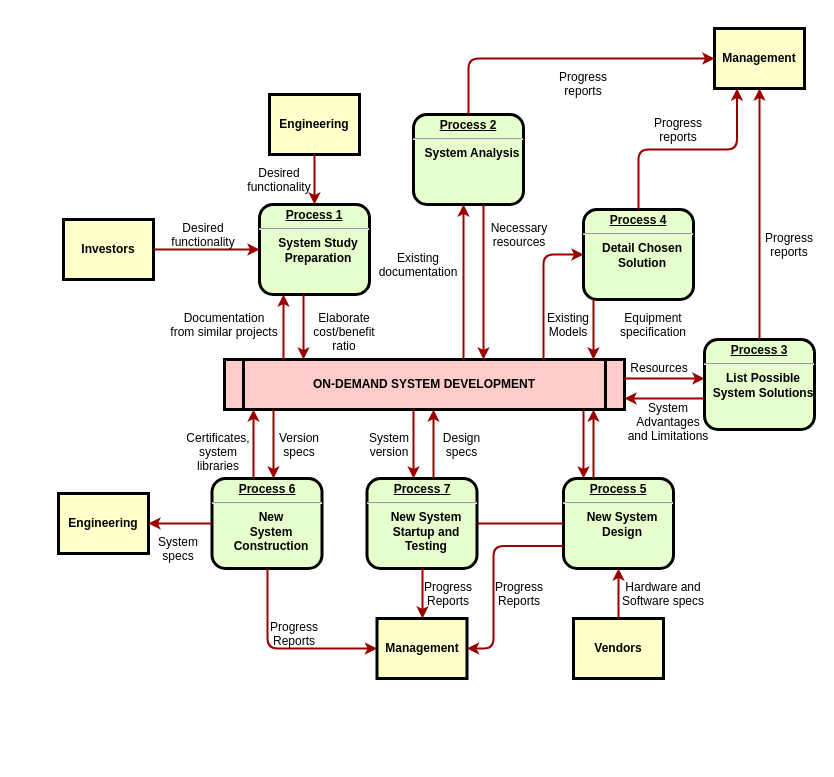
kartwu/ESP32-wqj keeps this draw.io diagram as Untitled Diagram.drawio. Above is the earlier version. Source tidied: cells renumbered, new cells numbered last; positions are measured from the earlier drawing's top-left corner, leaving out a move shared by most shapes. Both pictures are drawn from the tidied source at 100%, with x=0, y=0 at pixel (58, 28).
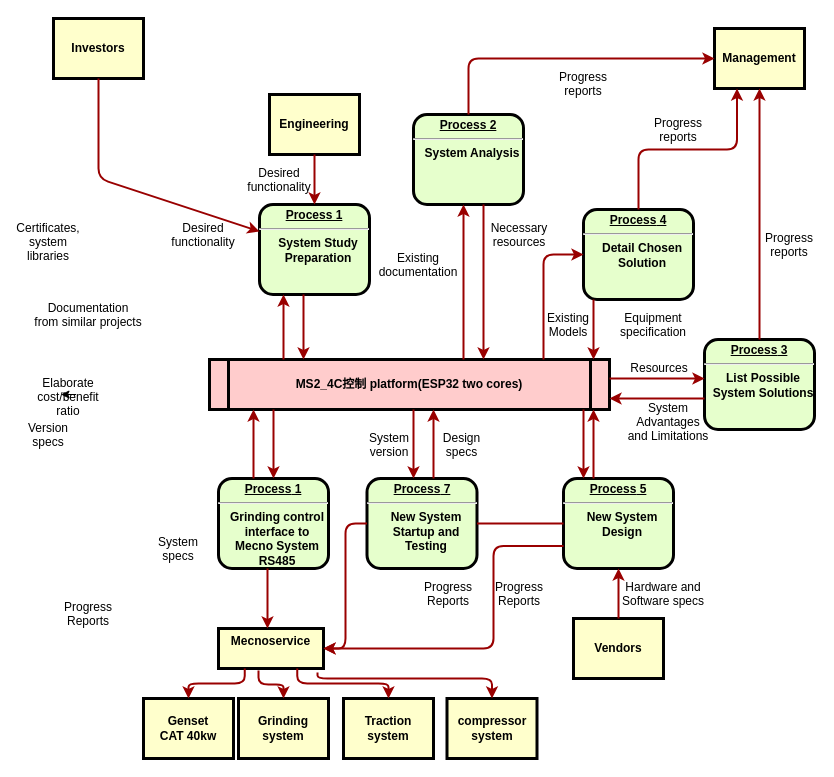
The same page after the edit.

The change refers to these unchanged cells:
```xml
<mxCell id="2" value="&lt;p style=&quot;margin: 0px; margin-top: 4px; text-align: center; text-decoration: underline;&quot;&gt;&lt;strong&gt;Process 1&lt;br /&gt;&lt;/strong&gt;&lt;/p&gt;&lt;hr /&gt;&lt;p style=&quot;margin: 0px; margin-left: 8px;&quot;&gt;System Study&lt;/p&gt;&lt;p style=&quot;margin: 0px; margin-left: 8px;&quot;&gt;Preparation&lt;/p&gt;" style="verticalAlign=middle;align=center;overflow=fill;fontSize=12;fontFamily=Helvetica;html=1;rounded=1;fontStyle=1;strokeWidth=3;fillColor=#E6FFCC;" parent="1" vertex="1">
  <mxGeometry x="201" y="176" width="110" height="90" as="geometry" />
</mxCell>
```

What changed in the source:
```diff
@@
     <mxCell id="4" value="Investors" style="whiteSpace=wrap;align=center;verticalAlign=middle;fontStyle=1;strokeWidth=3;fillColor=#FFFFCC;" parent="1" vertex="1">
-      <mxGeometry x="5" y="191" width="90" height="60" as="geometry" />
+      <mxGeometry x="-5" y="-10" width="90" height="60" as="geometry" />
     </mxCell>
-    <mxCell id="5" value="ON-DEMAND SYSTEM DEVELOPMENT" style="shape=process;whiteSpace=wrap;align=center;verticalAlign=middle;size=0.0475;fontStyle=1;strokeWidth=3;fillColor=#FFCCCC;" parent="1" vertex="1">
-      <mxGeometry x="166" y="331" width="400" height="50" as="geometry" />
+    <mxCell id="5" value="MS2_4C控制 platform(ESP32 two cores)" style="shape=process;whiteSpace=wrap;align=center;verticalAlign=middle;size=0.0475;fontStyle=1;strokeWidth=3;fillColor=#FFCCCC;" parent="1" vertex="1">
+      <mxGeometry x="151" y="331" width="400" height="50" as="geometry" />
     </mxCell>
@@
-    <mxCell id="10" value="&lt;p style=&quot;margin: 0px; margin-top: 4px; text-align: center; text-decoration: underline;&quot;&gt;&lt;strong&gt;&lt;strong&gt;Process&lt;/strong&gt; 6&lt;br /&gt;&lt;/strong&gt;&lt;/p&gt;&lt;hr /&gt;&lt;p style=&quot;margin: 0px; margin-left: 8px;&quot;&gt;New&lt;/p&gt;&lt;p style=&quot;margin: 0px; margin-left: 8px;&quot;&gt;System&lt;/p&gt;&lt;p style=&quot;margin: 0px; margin-left: 8px;&quot;&gt;Construction&lt;/p&gt;" style="verticalAlign=middle;align=center;overflow=fill;fontSize=12;fontFamily=Helvetica;html=1;rounded=1;fontStyle=1;strokeWidth=3;fillColor=#E6FFCC;" parent="1" vertex="1">
-      <mxGeometry x="153.5" y="450" width="110" height="90" as="geometry" />
+    <mxCell id="10" value="&lt;p style=&quot;margin: 0px ; margin-top: 4px ; text-align: center ; text-decoration: underline&quot;&gt;&lt;strong&gt;&lt;strong&gt;Process&lt;/strong&gt;&amp;nbsp;1&lt;br&gt;&lt;/strong&gt;&lt;/p&gt;&lt;hr&gt;&lt;p style=&quot;margin: 0px ; margin-left: 8px&quot;&gt;Grinding&amp;nbsp;&lt;span&gt;control&lt;/span&gt;&lt;/p&gt;&lt;p style=&quot;margin: 0px ; margin-left: 8px&quot;&gt;&lt;span&gt;interface to&lt;/span&gt;&lt;/p&gt;&lt;p style=&quot;margin: 0px ; margin-left: 8px&quot;&gt;&lt;span&gt;Mecno&amp;nbsp;&lt;/span&gt;&lt;span&gt;System&lt;/span&gt;&lt;/p&gt;&lt;p style=&quot;margin: 0px ; margin-left: 8px&quot;&gt;RS485&lt;/p&gt;" style="verticalAlign=middle;align=center;overflow=fill;fontSize=12;fontFamily=Helvetica;html=1;rounded=1;fontStyle=1;strokeWidth=3;fillColor=#E6FFCC;" parent="1" vertex="1">
+      <mxGeometry x="160" y="450" width="110" height="90" as="geometry" />
     </mxCell>
@@
-    <mxCell id="12" value="Management" style="whiteSpace=wrap;align=center;verticalAlign=middle;fontStyle=1;strokeWidth=3;fillColor=#FFFFCC;" parent="1" vertex="1">
-      <mxGeometry x="318.5" y="590" width="90" height="60" as="geometry" />
+    <mxCell id="12" value="Mecnoservice&#10;" style="whiteSpace=wrap;align=center;verticalAlign=middle;fontStyle=1;strokeWidth=3;fillColor=#FFFFCC;" parent="1" vertex="1">
+      <mxGeometry x="160" y="600" width="105" height="40" as="geometry" />
     </mxCell>
-    <mxCell id="13" value="Engineering" style="whiteSpace=wrap;align=center;verticalAlign=middle;fontStyle=1;strokeWidth=3;fillColor=#FFFFCC;" parent="1" vertex="1">
-      <mxGeometry y="465" width="90" height="60" as="geometry" />
+    <mxCell id="13" value="Genset&#10;CAT 40kw" style="whiteSpace=wrap;align=center;verticalAlign=middle;fontStyle=1;strokeWidth=3;fillColor=#FFFFCC;" parent="1" vertex="1">
+      <mxGeometry x="85" y="670" width="90" height="60" as="geometry" />
     </mxCell>
@@
     <mxCell id="16" style="edgeStyle=none;noEdgeStyle=1;strokeColor=#990000;strokeWidth=2;" parent="1" edge="1" source="4" target="2">
-      <mxGeometry relative="1" as="geometry" />
+      <mxGeometry relative="1" as="geometry">
+        <Array as="points">
+          <mxPoint x="40" y="150" />
+        </Array>
+      </mxGeometry>
     </mxCell>
@@
     <mxCell id="21" value="Documentation&#10;from similar projects" style="text;spacingTop=-5;align=center;" parent="1" vertex="1">
-      <mxGeometry x="151" y="281" width="30" height="20" as="geometry" />
+      <mxGeometry x="15" y="271" width="30" height="20" as="geometry" />
     </mxCell>
@@
     <mxCell id="24" value="Elaborate&#10;cost/benefit&#10;ratio" style="text;spacingTop=-5;align=center;" parent="1" vertex="1">
-      <mxGeometry x="271" y="281" width="30" height="20" as="geometry" />
+      <mxGeometry x="-5" y="346" width="30" height="20" as="geometry" />
     </mxCell>
@@
     <mxCell id="52" value="Progress&#10;Reports" style="text;spacingTop=-5;align=center;" parent="1" vertex="1">
-      <mxGeometry x="221" y="590" width="30" height="20" as="geometry" />
+      <mxGeometry x="15" y="570" width="30" height="20" as="geometry" />
     </mxCell>
-    <mxCell id="53" style="edgeStyle=elbowEdgeStyle;elbow=vertical;strokeColor=#990000;strokeWidth=2;" parent="1" edge="1" source="10" target="13">
+    <mxCell id="53" style="edgeStyle=elbowEdgeStyle;elbow=vertical;strokeColor=#990000;strokeWidth=2;exitX=0.25;exitY=1;exitDx=0;exitDy=0;" parent="1" edge="1" source="12" target="13">
       <mxGeometry relative="1" as="geometry" />
     </mxCell>
@@
     <mxCell id="56" value="Version&#10;specs" style="text;spacingTop=-5;align=center;" parent="1" vertex="1">
-      <mxGeometry x="226" y="401" width="30" height="20" as="geometry" />
+      <mxGeometry x="-25" y="391" width="30" height="20" as="geometry" />
     </mxCell>
     <mxCell id="57" value="Certificates,&#10;system&#10;libraries" style="text;spacingTop=-5;align=center;" parent="1" vertex="1">
-      <mxGeometry x="145" y="401" width="30" height="20" as="geometry" />
+      <mxGeometry x="-25" y="191" width="30" height="20" as="geometry" />
     </mxCell>
@@
+    <mxCell id="63" style="edgeStyle=orthogonalEdgeStyle;rounded=0;orthogonalLoop=1;jettySize=auto;html=1;exitX=0.75;exitY=1;exitDx=0;exitDy=0;entryX=0.25;entryY=1;entryDx=0;entryDy=0;" parent="1" edge="1" source="24" target="24">
+      <mxGeometry relative="1" as="geometry" />
+    </mxCell>
+    <mxCell id="64" value="Grinding&#10;system" style="whiteSpace=wrap;align=center;verticalAlign=middle;fontStyle=1;strokeWidth=3;fillColor=#FFFFCC;" parent="1" vertex="1">
+      <mxGeometry x="180" y="670" width="90" height="60" as="geometry" />
+    </mxCell>
+    <mxCell id="65" value="Traction&#10;system" style="whiteSpace=wrap;align=center;verticalAlign=middle;fontStyle=1;strokeWidth=3;fillColor=#FFFFCC;" parent="1" vertex="1">
+      <mxGeometry x="285" y="670" width="90" height="60" as="geometry" />
+    </mxCell>
+    <mxCell id="66" value="compressor system" style="whiteSpace=wrap;align=center;verticalAlign=middle;fontStyle=1;strokeWidth=3;fillColor=#FFFFCC;" parent="1" vertex="1">
+      <mxGeometry x="388.5" y="670" width="90" height="60" as="geometry" />
+    </mxCell>
+    <mxCell id="67" style="edgeStyle=elbowEdgeStyle;elbow=vertical;strokeColor=#990000;strokeWidth=2;exitX=0.381;exitY=1.05;exitDx=0;exitDy=0;entryX=0.5;entryY=0;entryDx=0;entryDy=0;exitPerimeter=0;" parent="1" edge="1" source="12" target="64">
+      <mxGeometry relative="1" as="geometry" />
+    </mxCell>
+    <mxCell id="68" style="edgeStyle=elbowEdgeStyle;elbow=vertical;strokeColor=#990000;strokeWidth=2;exitX=0.75;exitY=1;exitDx=0;exitDy=0;entryX=0.5;entryY=0;entryDx=0;entryDy=0;" parent="1" edge="1" source="12" target="65">
+      <mxGeometry relative="1" as="geometry" />
+    </mxCell>
+    <mxCell id="69" style="edgeStyle=elbowEdgeStyle;elbow=vertical;strokeColor=#990000;strokeWidth=2;exitX=0.943;exitY=1.1;exitDx=0;exitDy=0;exitPerimeter=0;" parent="1" edge="1" source="12" target="66">
+      <mxGeometry relative="1" as="geometry">
+        <Array as="points">
+          <mxPoint x="375" y="650" />
+        </Array>
+      </mxGeometry>
+    </mxCell>
```
